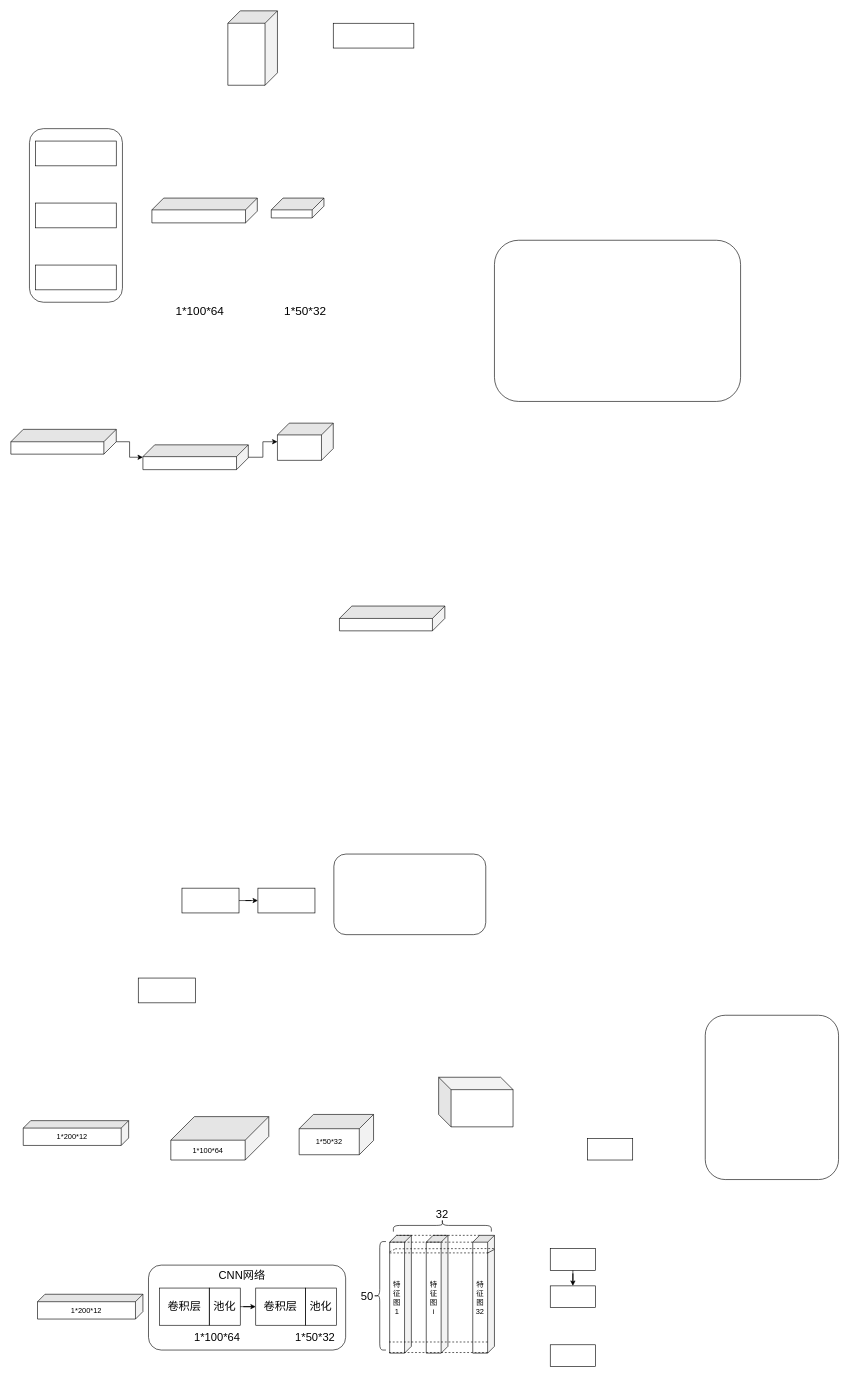
This is CNN-LSTM-HAR.drawio from ByronGe/ff, a draw.io file, before an edit. Source tidied: cells renumbered, new cells numbered last; positions are measured from the earlier drawing's top-left corner, leaving out a move shared by most shapes. Both pictures are drawn from the tidied source at 62%, with x=0, y=0 at pixel (11, 11).
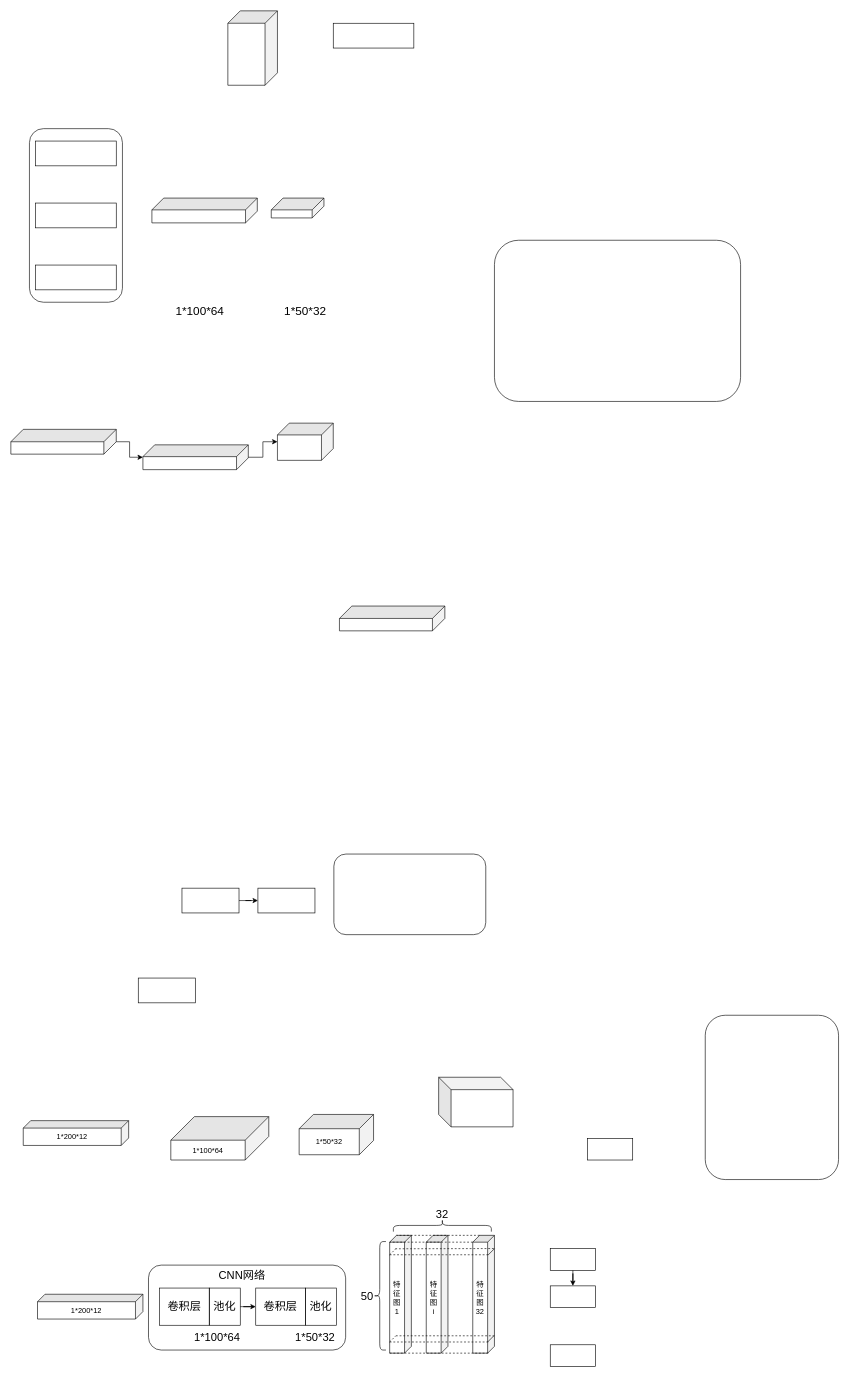
The same page after the edit.

The change refers to these unchanged cells:
```xml
<mxCell id="19" value="特征图&lt;br&gt;1" style="shape=cube;whiteSpace=wrap;html=1;boundedLbl=1;backgroundOutline=1;darkOpacity=0.05;darkOpacity2=0.1;fillColor=none;direction=south;size=11;" parent="1" vertex="1">
  <mxGeometry x="611" y="1975" width="35" height="190" as="geometry" />
</mxCell>
<mxCell id="21" value="特征图&lt;br&gt;32" style="shape=cube;whiteSpace=wrap;html=1;boundedLbl=1;backgroundOutline=1;darkOpacity=0.05;darkOpacity2=0.1;fillColor=none;direction=south;size=11;fontStyle=0;" parent="1" vertex="1">
  <mxGeometry x="745" y="1975" width="35" height="190" as="geometry" />
</mxCell>
```

Diff of the diagram source:
```diff
@@
-    <mxCell id="53" style="endArrow=none;dashed=1;html=1;fontSize=18;entryX=0.149;entryY=1;entryDx=0;entryDy=0;entryPerimeter=0;exitX=0.149;exitY=0.286;exitDx=0;exitDy=0;exitPerimeter=0;" parent="1" edge="1" source="21" target="19">
-      <mxGeometry relative="1" as="geometry" />
+    <mxCell id="53" style="endArrow=none;dashed=1;html=1;fontSize=18;entryX=0.149;entryY=1;entryDx=0;entryDy=0;entryPerimeter=0;exitX=0.149;exitY=0.286;exitDx=0;exitDy=0;exitPerimeter=0;" parent="1" edge="1">
+      <mxGeometry relative="1" as="geometry">
+        <mxPoint x="770" y="2006.3" as="sourcePoint" />
+        <mxPoint x="611" y="2006.3" as="targetPoint" />
+      </mxGeometry>
     </mxCell>
@@
-    <mxCell id="55" style="endArrow=none;html=1;fontSize=18;entryX=0.119;entryY=0;entryDx=0;entryDy=0;entryPerimeter=0;" parent="1" edge="1" target="21">
-      <mxGeometry relative="1" as="geometry">
-        <mxPoint x="769" y="2003.5" as="sourcePoint" />
-      </mxGeometry>
-    </mxCell>
-    <mxCell id="56" style="endArrow=none;dashed=1;html=1;fontSize=18;" parent="1" edge="1">
-      <mxGeometry relative="1" as="geometry">
-        <mxPoint x="611" y="2001.5" as="sourcePoint" />
-        <mxPoint x="621" y="1996.5" as="targetPoint" />
-      </mxGeometry>
-    </mxCell>
     <mxCell id="57" style="endArrow=none;dashed=1;html=1;fontSize=18;" parent="1" edge="1">
       <mxGeometry relative="1" as="geometry">
-        <mxPoint x="610" y="2147" as="sourcePoint" />
-        <mxPoint x="769" y="2147" as="targetPoint" />
+        <mxPoint x="611" y="2147" as="sourcePoint" />
+        <mxPoint x="770" y="2147" as="targetPoint" />
       </mxGeometry>
     </mxCell>
     <mxCell id="58" style="endArrow=none;dashed=1;html=1;fontSize=18;" parent="1" edge="1">
       <mxGeometry relative="1" as="geometry">
-        <mxPoint x="610" y="2164" as="sourcePoint" />
-        <mxPoint x="769" y="2164" as="targetPoint" />
+        <mxPoint x="611" y="2165" as="sourcePoint" />
+        <mxPoint x="770" y="2165" as="targetPoint" />
       </mxGeometry>
     </mxCell>
+    <mxCell id="59" style="endArrow=none;dashed=1;html=1;fontSize=18;" parent="1" edge="1">
+      <mxGeometry relative="1" as="geometry">
+        <mxPoint x="621" y="2137" as="sourcePoint" />
+        <mxPoint x="780" y="2137" as="targetPoint" />
+      </mxGeometry>
+    </mxCell>
+    <mxCell id="60" style="endArrow=none;html=1;fontSize=18;" parent="1" edge="1">
+      <mxGeometry relative="1" as="geometry">
+        <mxPoint x="770" y="2006.5" as="sourcePoint" />
+        <mxPoint x="780" y="1996.5" as="targetPoint" />
+      </mxGeometry>
+    </mxCell>
+    <mxCell id="61" style="endArrow=none;dashed=1;html=1;fontSize=18;" parent="1" edge="1">
+      <mxGeometry relative="1" as="geometry">
+        <mxPoint x="611" y="2006.5" as="sourcePoint" />
+        <mxPoint x="621" y="1996.5" as="targetPoint" />
+      </mxGeometry>
+    </mxCell>
+    <mxCell id="62" style="endArrow=none;dashed=1;html=1;fontSize=18;" parent="1" edge="1">
+      <mxGeometry relative="1" as="geometry">
+        <mxPoint x="611" y="2147" as="sourcePoint" />
+        <mxPoint x="621" y="2137" as="targetPoint" />
+      </mxGeometry>
+    </mxCell>
+    <mxCell id="63" style="endArrow=none;html=1;fontSize=18;" parent="1" edge="1">
+      <mxGeometry relative="1" as="geometry">
+        <mxPoint x="769" y="2147" as="sourcePoint" />
+        <mxPoint x="779" y="2137" as="targetPoint" />
+      </mxGeometry>
+    </mxCell>
```
